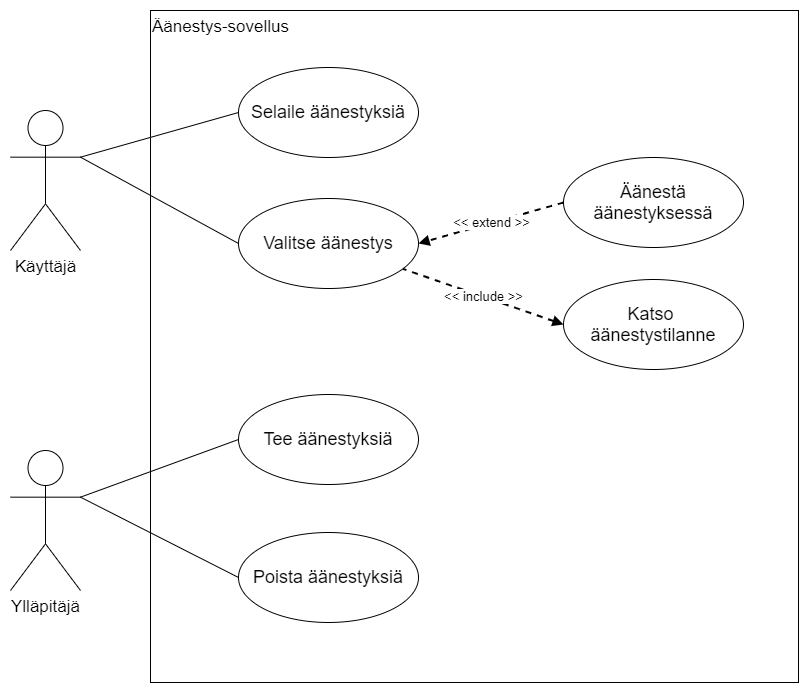
JojoSnow/Aanestys-sovellus keeps this draw.io diagram as plan/Use Case -kaavio.png. Above is the earlier version. Source tidied: cells renumbered, new cells last; positions are measured from the earlier drawing's top-left corner, leaving out a move shared by most shapes.
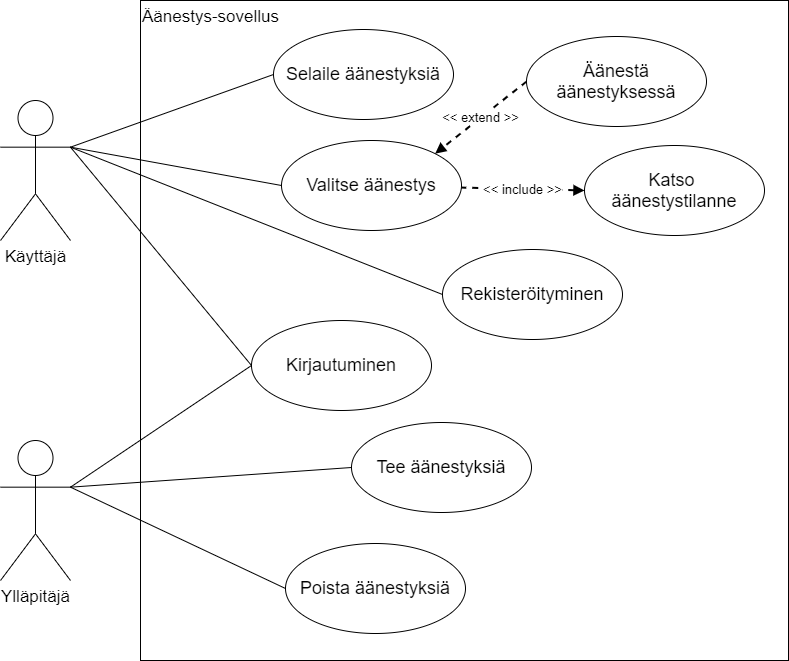
The same diagram one commit later.

The edit, as a diff of the source:
```diff
@@ -6,32 +6,35 @@
       <mxGeometry y="100" width="70" height="140" as="geometry" />
     </mxCell>
     <mxCell id="3" value="Äänestys-sovellus" style="rounded=0;whiteSpace=wrap;html=1;fillColor=none;align=left;verticalAlign=top;fontSize=17;" parent="1" vertex="1">
-      <mxGeometry x="140" width="648" height="672" as="geometry" />
+      <mxGeometry x="140" width="648" height="660" as="geometry" />
     </mxCell>
     <mxCell id="4" style="rounded=0;jettySize=auto;html=1;exitX=0;exitY=0.5;exitDx=0;exitDy=0;entryX=1;entryY=0.3333333333333333;entryDx=0;entryDy=0;entryPerimeter=0;fontSize=17;endArrow=none;endFill=0;" parent="1" edge="1" source="5" target="2">
       <mxGeometry relative="1" as="geometry" />
     </mxCell>
     <mxCell id="5" value="Selaile äänestyksiä" style="ellipse;whiteSpace=wrap;html=1;fontSize=18;fillColor=default;" parent="1" vertex="1">
-      <mxGeometry x="228" y="57" width="180" height="90" as="geometry" />
+      <mxGeometry x="273" y="29" width="180" height="90" as="geometry" />
     </mxCell>
     <mxCell id="6" style="edgeStyle=none;rounded=0;jettySize=auto;html=1;exitX=0;exitY=0.5;exitDx=0;exitDy=0;entryX=1;entryY=0.3333333333333333;entryDx=0;entryDy=0;entryPerimeter=0;fontSize=17;endArrow=none;endFill=0;" parent="1" edge="1" source="7" target="2">
       <mxGeometry relative="1" as="geometry" />
     </mxCell>
     <mxCell id="7" value="Valitse äänestys" style="ellipse;whiteSpace=wrap;html=1;fontSize=18;fillColor=default;" parent="1" vertex="1">
-      <mxGeometry x="228" y="188" width="180" height="90" as="geometry" />
+      <mxGeometry x="281" y="140" width="180" height="90" as="geometry" />
     </mxCell>
     <mxCell id="8" value="&amp;lt;&amp;lt; include &amp;gt;&amp;gt;" style="edgeStyle=none;rounded=0;jettySize=auto;html=1;exitX=0;exitY=0.5;exitDx=0;exitDy=0;fontSize=13;endArrow=none;endFill=0;dashed=1;strokeWidth=2;startArrow=block;startFill=1;" parent="1" edge="1" source="9" target="7">
       <mxGeometry relative="1" as="geometry" />
     </mxCell>
     <mxCell id="9" value="Katso&amp;nbsp; äänestystilanne" style="ellipse;whiteSpace=wrap;html=1;fontSize=18;fillColor=default;" parent="1" vertex="1">
-      <mxGeometry x="553" y="269" width="180" height="90" as="geometry" />
+      <mxGeometry x="584" y="145" width="180" height="90" as="geometry" />
     </mxCell>
-    <mxCell id="10" value="&amp;lt;&amp;lt; extend &amp;gt;&amp;gt;" style="edgeStyle=none;rounded=0;jettySize=auto;html=1;exitX=0;exitY=0.5;exitDx=0;exitDy=0;entryX=1;entryY=0.5;entryDx=0;entryDy=0;fontSize=13;endArrow=block;endFill=1;dashed=1;strokeWidth=2;startArrow=none;startFill=0;" parent="1" edge="1" source="11" target="7">
+    <mxCell id="10" value="&amp;lt;&amp;lt; extend &amp;gt;&amp;gt;" style="edgeStyle=none;rounded=0;jettySize=auto;html=1;exitX=0;exitY=0.5;exitDx=0;exitDy=0;fontSize=13;endArrow=block;endFill=1;dashed=1;strokeWidth=2;startArrow=none;startFill=0;entryX=1;entryY=0;entryDx=0;entryDy=0;" parent="1" edge="1" source="11" target="7">
       <mxGeometry relative="1" as="geometry" />
     </mxCell>
     <mxCell id="11" value="Äänestä äänestyksessä" style="ellipse;whiteSpace=wrap;html=1;fontSize=18;fillColor=default;" parent="1" vertex="1">
-      <mxGeometry x="553" y="147" width="180" height="90" as="geometry" />
+      <mxGeometry x="526" y="36" width="180" height="90" as="geometry" />
     </mxCell>
+    <mxCell id="17" style="edgeStyle=none;rounded=0;jettySize=auto;html=1;exitX=1;exitY=0.3333333333333333;exitDx=0;exitDy=0;exitPerimeter=0;entryX=0;entryY=0.5;entryDx=0;entryDy=0;endArrow=none;endFill=0;" parent="1" edge="1" source="12" target="19">
+      <mxGeometry relative="1" as="geometry" />
+    </mxCell>
     <mxCell id="12" value="Ylläpitäjä" style="shape=umlActor;verticalLabelPosition=bottom;verticalAlign=top;html=1;fontSize=17;" parent="1" vertex="1">
       <mxGeometry y="440" width="70" height="140" as="geometry" />
     </mxCell>
@@ -39,13 +42,25 @@
       <mxGeometry relative="1" as="geometry" />
     </mxCell>
     <mxCell id="14" value="Tee äänestyksiä" style="ellipse;whiteSpace=wrap;html=1;fontSize=18;fillColor=default;" parent="1" vertex="1">
-      <mxGeometry x="228" y="384" width="180" height="90" as="geometry" />
+      <mxGeometry x="351" y="422" width="180" height="90" as="geometry" />
     </mxCell>
     <mxCell id="15" style="edgeStyle=none;rounded=0;jettySize=auto;html=1;exitX=0;exitY=0.5;exitDx=0;exitDy=0;entryX=1;entryY=0.3333333333333333;entryDx=0;entryDy=0;entryPerimeter=0;fontSize=17;endArrow=none;endFill=0;" parent="1" edge="1" source="16" target="12">
       <mxGeometry relative="1" as="geometry" />
     </mxCell>
     <mxCell id="16" value="Poista äänestyksiä" style="ellipse;whiteSpace=wrap;html=1;fontSize=18;fillColor=default;" parent="1" vertex="1">
-      <mxGeometry x="228" y="522" width="180" height="90" as="geometry" />
+      <mxGeometry x="285" y="543" width="180" height="90" as="geometry" />
     </mxCell>
+    <mxCell id="18" style="edgeStyle=none;rounded=0;jettySize=auto;html=1;exitX=0;exitY=0.5;exitDx=0;exitDy=0;entryX=1;entryY=0.3333333333333333;entryDx=0;entryDy=0;entryPerimeter=0;endArrow=none;endFill=0;" parent="1" edge="1" source="19" target="2">
+      <mxGeometry relative="1" as="geometry" />
+    </mxCell>
+    <mxCell id="19" value="Kirjautuminen" style="ellipse;whiteSpace=wrap;html=1;fontSize=18;fillColor=default;" parent="1" vertex="1">
+      <mxGeometry x="251" y="320" width="180" height="90" as="geometry" />
+    </mxCell>
+    <mxCell id="20" style="rounded=0;jettySize=auto;html=1;exitX=0;exitY=0.5;exitDx=0;exitDy=0;entryX=1;entryY=0.3333333333333333;entryDx=0;entryDy=0;entryPerimeter=0;endArrow=none;endFill=0;" parent="1" edge="1" source="21" target="2">
+      <mxGeometry relative="1" as="geometry" />
+    </mxCell>
+    <mxCell id="21" value="Rekisteröityminen" style="ellipse;whiteSpace=wrap;html=1;fontSize=18;fillColor=default;" parent="1" vertex="1">
+      <mxGeometry x="442" y="249" width="180" height="90" as="geometry" />
+    </mxCell>
   </root>
 </mxGraphModel>
```
